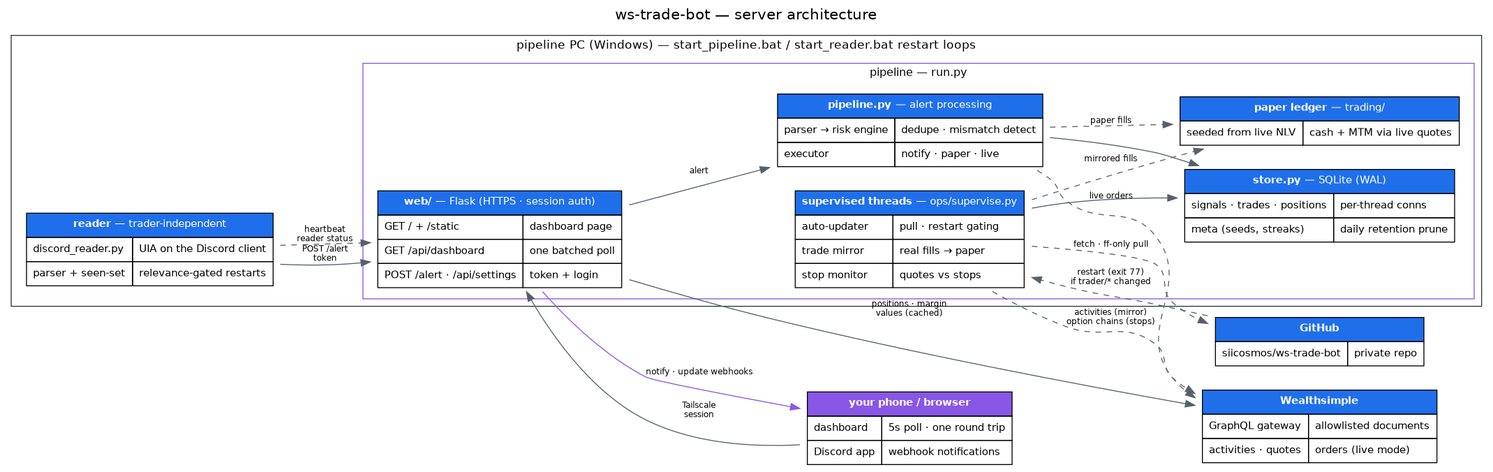
Before: docs/architecture.png, a diagram exported from Graphviz (siicosmos/ws-trade-bot). Its source is kept beside it as docs/architecture.dot. Its diagram source:
```dot
digraph architecture {
  rankdir=LR;
  graph [fontname="Helvetica", label="ws-trade-bot — server architecture", labelloc=t, fontsize=16];
  node [shape=plaintext, fontname="Helvetica", fontsize=11];
  edge [color="#57606a", fontname="Helvetica", fontsize=9];

  phone [label=<
    <TABLE BORDER="0" CELLBORDER="1" CELLSPACING="0" CELLPADDING="6" BGCOLOR="white">
      <TR><TD BGCOLOR="#8957e5" COLSPAN="2"><FONT COLOR="white"><B>your phone / browser</B></FONT></TD></TR>
      <TR><TD ALIGN="LEFT">dashboard</TD><TD ALIGN="LEFT">5s poll · one round trip</TD></TR>
      <TR><TD ALIGN="LEFT">Discord app</TD><TD ALIGN="LEFT">webhook notifications</TD></TR>
    </TABLE>>];

  github [label=<
    <TABLE BORDER="0" CELLBORDER="1" CELLSPACING="0" CELLPADDING="6" BGCOLOR="white">
      <TR><TD BGCOLOR="#1f6feb" COLSPAN="2"><FONT COLOR="white"><B>GitHub</B></FONT></TD></TR>
      <TR><TD ALIGN="LEFT">siicosmos/ws-trade-bot</TD><TD ALIGN="LEFT">private repo</TD></TR>
    </TABLE>>];

  ws [label=<
    <TABLE BORDER="0" CELLBORDER="1" CELLSPACING="0" CELLPADDING="6" BGCOLOR="white">
      <TR><TD BGCOLOR="#1f6feb" COLSPAN="2"><FONT COLOR="white"><B>Wealthsimple</B></FONT></TD></TR>
      <TR><TD ALIGN="LEFT">GraphQL gateway</TD><TD ALIGN="LEFT">allowlisted documents</TD></TR>
      <TR><TD ALIGN="LEFT">activities · quotes</TD><TD ALIGN="LEFT">orders (live mode)</TD></TR>
    </TABLE>>];

  subgraph cluster_pc {
    label="pipeline PC (Windows) — start_pipeline.bat / start_reader.bat restart loops";
    fontsize=13;
    color="#30363d";

    reader [label=<
      <TABLE BORDER="0" CELLBORDER="1" CELLSPACING="0" CELLPADDING="6" BGCOLOR="white">
        <TR><TD BGCOLOR="#1f6feb" COLSPAN="2"><FONT COLOR="white"><B>reader</B> — trader-independent</FONT></TD></TR>
        <TR><TD ALIGN="LEFT">discord_reader.py</TD><TD ALIGN="LEFT">UIA on the Discord client</TD></TR>
        <TR><TD ALIGN="LEFT">parser + seen-set</TD><TD ALIGN="LEFT">relevance-gated restarts</TD></TR>
      </TABLE>>];

    subgraph cluster_pipeline {
      label="pipeline — run.py";
      fontsize=12;
      color="#8957e5";

      web [label=<
        <TABLE BORDER="0" CELLBORDER="1" CELLSPACING="0" CELLPADDING="6" BGCOLOR="white">
          <TR><TD BGCOLOR="#1f6feb" COLSPAN="2"><FONT COLOR="white"><B>web/</B> — Flask (HTTPS · session auth)</FONT></TD></TR>
          <TR><TD ALIGN="LEFT">GET / + /static</TD><TD ALIGN="LEFT">dashboard page</TD></TR>
          <TR><TD ALIGN="LEFT">GET /api/dashboard</TD><TD ALIGN="LEFT">one batched poll</TD></TR>
          <TR><TD ALIGN="LEFT">POST /alert · /api/settings</TD><TD ALIGN="LEFT">token + login</TD></TR>
        </TABLE>>];

      proc [label=<
        <TABLE BORDER="0" CELLBORDER="1" CELLSPACING="0" CELLPADDING="6" BGCOLOR="white">
          <TR><TD BGCOLOR="#1f6feb" COLSPAN="2"><FONT COLOR="white"><B>pipeline.py</B> — alert processing</FONT></TD></TR>
          <TR><TD ALIGN="LEFT">parser → risk engine</TD><TD ALIGN="LEFT">dedupe · mismatch detect</TD></TR>
          <TR><TD ALIGN="LEFT">executor</TD><TD ALIGN="LEFT">notify · paper · live</TD></TR>
        </TABLE>>];

      store [label=<
        <TABLE BORDER="0" CELLBORDER="1" CELLSPACING="0" CELLPADDING="6" BGCOLOR="white">
          <TR><TD BGCOLOR="#1f6feb" COLSPAN="2"><FONT COLOR="white"><B>store.py</B> — SQLite (WAL)</FONT></TD></TR>
          <TR><TD ALIGN="LEFT">signals · trades · positions</TD><TD ALIGN="LEFT">per-thread conns</TD></TR>
          <TR><TD ALIGN="LEFT">meta (seeds, streaks)</TD><TD ALIGN="LEFT">daily retention prune</TD></TR>
        </TABLE>>];

      threads [label=<
        <TABLE BORDER="0" CELLBORDER="1" CELLSPACING="0" CELLPADDING="6" BGCOLOR="white">
          <TR><TD BGCOLOR="#1f6feb" COLSPAN="2"><FONT COLOR="white"><B>supervised threads</B> — ops/supervise.py</FONT></TD></TR>
          <TR><TD ALIGN="LEFT">auto-updater</TD><TD ALIGN="LEFT">pull · restart gating</TD></TR>
          <TR><TD ALIGN="LEFT">trade mirror</TD><TD ALIGN="LEFT">real fills → paper</TD></TR>
          <TR><TD ALIGN="LEFT">stop monitor</TD><TD ALIGN="LEFT">quotes vs stops</TD></TR>
        </TABLE>>];

      paper [label=<
        <TABLE BORDER="0" CELLBORDER="1" CELLSPACING="0" CELLPADDING="6" BGCOLOR="white">
          <TR><TD BGCOLOR="#1f6feb" COLSPAN="2"><FONT COLOR="white"><B>paper ledger</B> — trading/</FONT></TD></TR>
          <TR><TD ALIGN="LEFT">seeded from live NLV</TD><TD ALIGN="LEFT">cash + MTM via live quotes</TD></TR>
        </TABLE>>];
    }
  }

  reader -> web [label="POST /alert\ntoken", dir=forward];
  reader -> web [label="heartbeat\nreader status", style=dashed];
  phone -> web [label="Tailscale\nsession", dir=forward];
  web -> proc [label="alert"];
  proc -> store [dir=forward];
  threads -> store [dir=forward];
  proc -> paper [label="paper fills", style=dashed];
  threads -> paper [label="mirrored fills", style=dashed];
  web -> ws [label="positions · margin\nvalues (cached)", dir=forward];
  threads -> ws [label="activities (mirror)\noption chains (stops)", style=dashed];
  proc -> ws [label="live orders", style=dashed];
  web -> phone [label="notify · update webhooks", color="#8957e5"];
  threads -> github [label="fetch · ff-only pull", style=dashed];
  github -> threads [label="restart (exit 77)\nif trader/* changed", style=dashed];
}
```
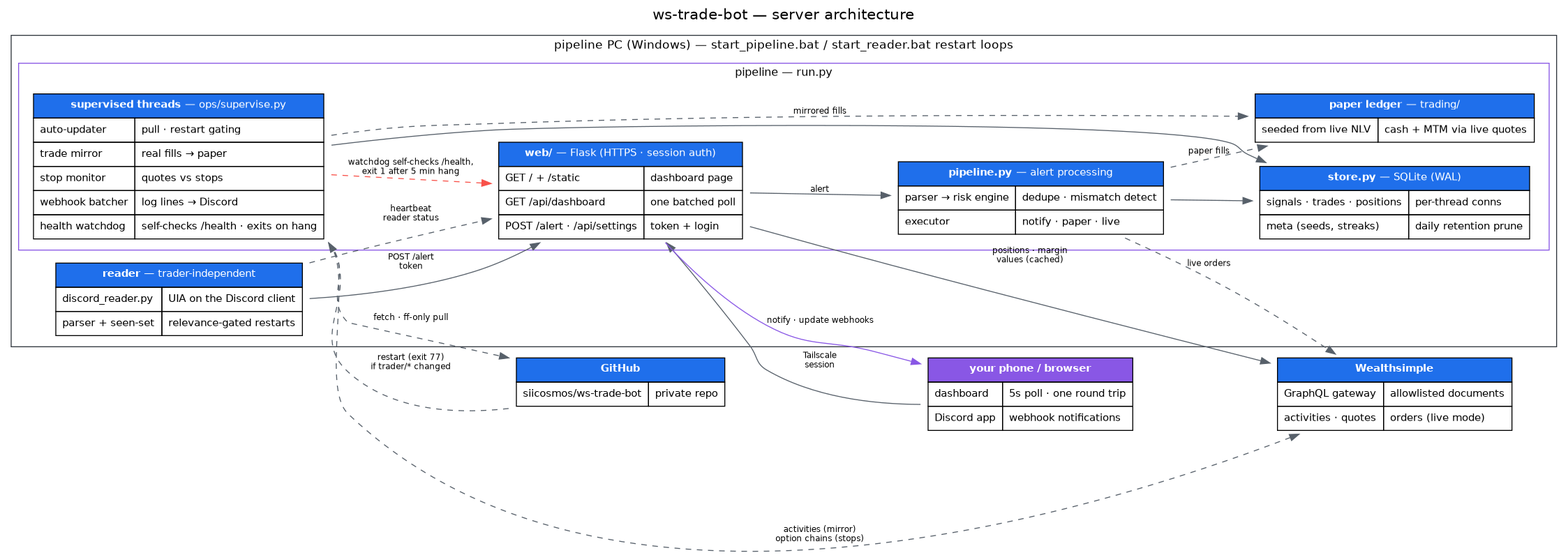
The same diagram one commit later.

Commit message:
Architecture diagram update + runtime process/thread diagram

Change to the diagram source:
```diff
@@ -69,6 +69,8 @@
           <TR><TD ALIGN="LEFT">auto-updater</TD><TD ALIGN="LEFT">pull · restart gating</TD></TR>
           <TR><TD ALIGN="LEFT">trade mirror</TD><TD ALIGN="LEFT">real fills → paper</TD></TR>
           <TR><TD ALIGN="LEFT">stop monitor</TD><TD ALIGN="LEFT">quotes vs stops</TD></TR>
+          <TR><TD ALIGN="LEFT">webhook batcher</TD><TD ALIGN="LEFT">log lines → Discord</TD></TR>
+          <TR><TD ALIGN="LEFT">health watchdog</TD><TD ALIGN="LEFT">self-checks /health · exits on hang</TD></TR>
         </TABLE>>];
 
       paper [label=<
@@ -93,4 +95,5 @@
   web -> phone [label="notify · update webhooks", color="#8957e5"];
   threads -> github [label="fetch · ff-only pull", style=dashed];
   github -> threads [label="restart (exit 77)\nif trader/* changed", style=dashed];
+  threads -> web [label="watchdog self-checks /health,\nexit 1 after 5 min hang", color="#f85149", style=dashed];
 }
```
